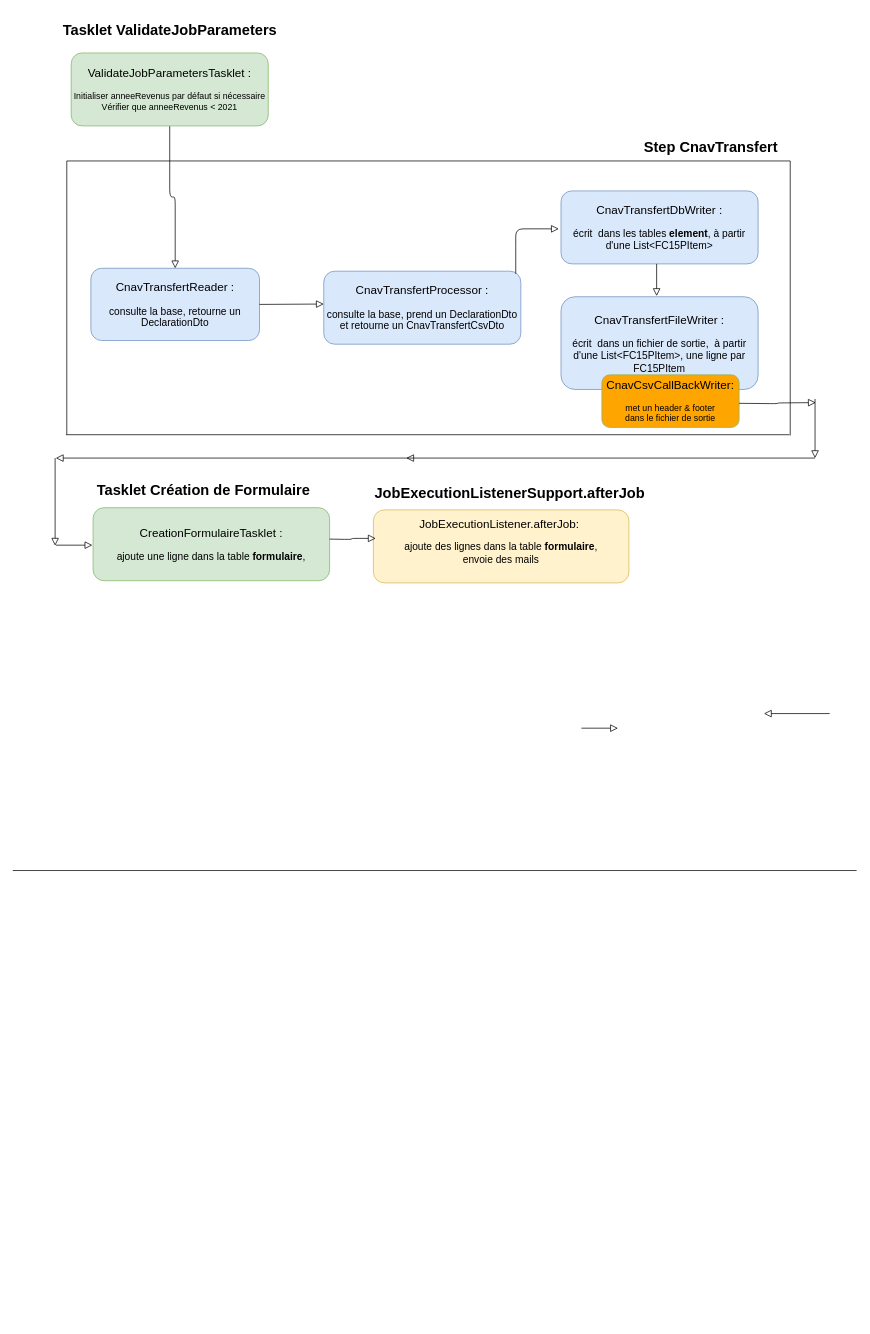
ewan-delanoy/uml_diagram keeps this draw.io diagram as flux_decipam_snv2_collecte.drawio. Above is the earlier version. Source tidied: cells renumbered, new cells numbered last; positions are measured from the earlier drawing's top-left corner, leaving out a move shared by most shapes. Both pictures are drawn from the tidied source at 73%, with x=0, y=0 at pixel (12, 12).
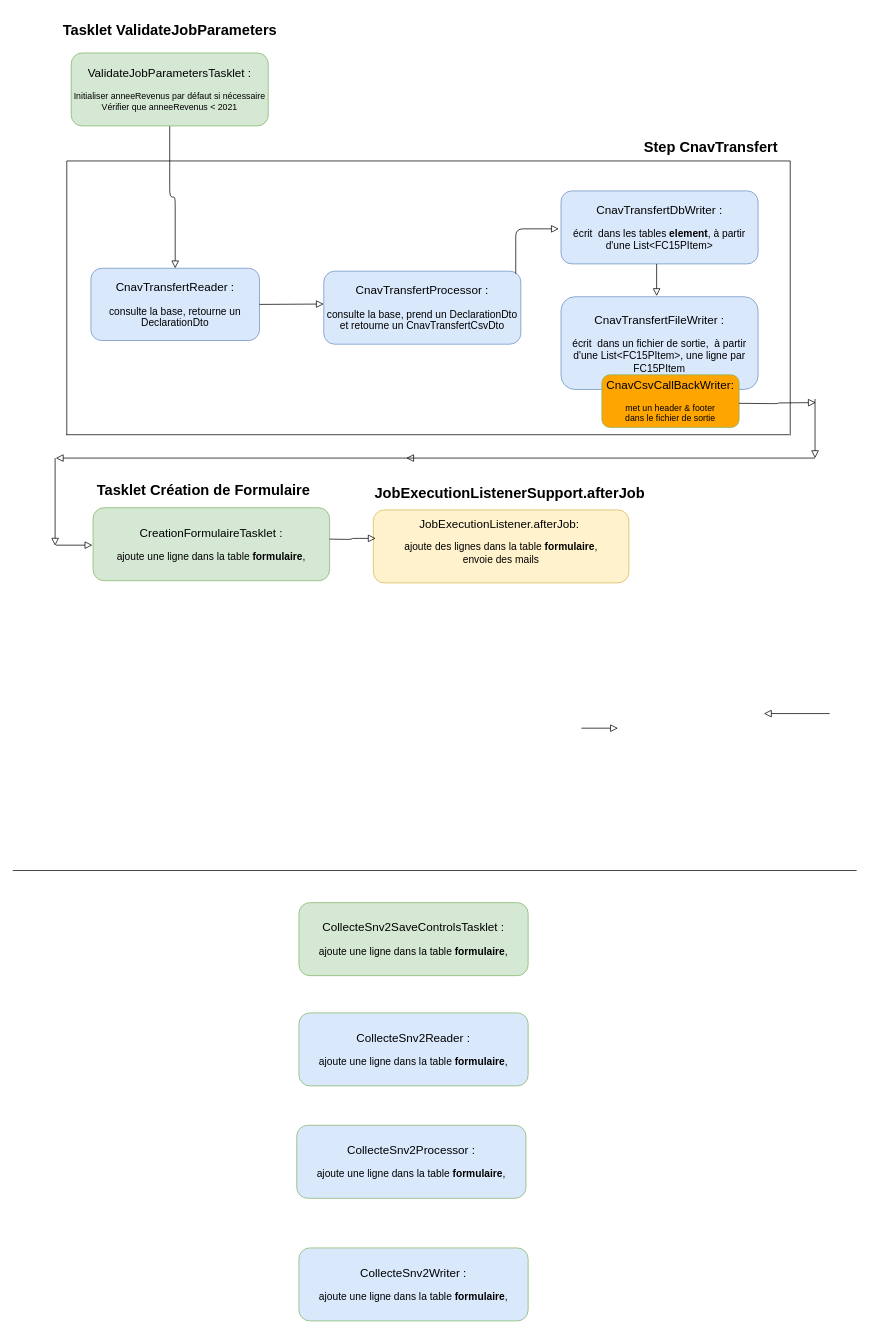
The same page after the edit.

Commit message:
Mettre à jour flux_decipam_snv2_collecte.drawio

The edit, as a diff of the source:
```diff
@@
+    <mxCell id="34" value="&lt;font style=&quot;font-size: 16px;&quot;&gt;CollecteSnv2SaveControlsTasklet :&lt;/font&gt; &lt;div&gt;&lt;br&gt;&lt;/div&gt;&lt;font style=&quot;font-size: 14px;&quot;&gt;ajoute une ligne dans la table &lt;b&gt;formulaire&lt;/b&gt;,&lt;/font&gt;" style="rounded=1;whiteSpace=wrap;html=1;fontSize=12;glass=0;strokeWidth=1;shadow=0;fillColor=#d5e8d4;strokeColor=#82b366;" parent="1" vertex="1">
+      <mxGeometry x="392" y="1219" width="314" height="100" as="geometry" />
+    </mxCell>
+    <mxCell id="35" value="&lt;div&gt;&lt;font style=&quot;font-size: 16px;&quot;&gt;CollecteSnv2Reader :&lt;/font&gt;&lt;/div&gt; &lt;div&gt;&lt;br&gt;&lt;/div&gt;&lt;font style=&quot;font-size: 14px;&quot;&gt;ajoute une ligne dans la table &lt;b&gt;formulaire&lt;/b&gt;,&lt;/font&gt;" style="rounded=1;whiteSpace=wrap;html=1;fontSize=12;glass=0;strokeWidth=1;shadow=0;fillColor=#dae8fc;strokeColor=#82b366;" parent="1" vertex="1">
+      <mxGeometry x="392" y="1370" width="314" height="100" as="geometry" />
+    </mxCell>
+    <mxCell id="36" value="&lt;div&gt;&lt;font style=&quot;font-size: 16px;&quot;&gt;CollecteSnv2Processor :&lt;/font&gt;&lt;/div&gt; &lt;div&gt;&lt;br&gt;&lt;/div&gt;&lt;font style=&quot;font-size: 14px;&quot;&gt;ajoute une ligne dans la table &lt;b&gt;formulaire&lt;/b&gt;,&lt;/font&gt;" style="rounded=1;whiteSpace=wrap;html=1;fontSize=12;glass=0;strokeWidth=1;shadow=0;fillColor=#dae8fc;strokeColor=#82b366;" parent="1" vertex="1">
+      <mxGeometry x="389" y="1524" width="314" height="100" as="geometry" />
+    </mxCell>
+    <mxCell id="37" value="&lt;div&gt;&lt;font style=&quot;font-size: 16px;&quot;&gt;CollecteSnv2Writer :&lt;/font&gt;&lt;/div&gt; &lt;div&gt;&lt;br&gt;&lt;/div&gt;&lt;font style=&quot;font-size: 14px;&quot;&gt;ajoute une ligne dans la table &lt;b&gt;formulaire&lt;/b&gt;,&lt;/font&gt;" style="rounded=1;whiteSpace=wrap;html=1;fontSize=12;glass=0;strokeWidth=1;shadow=0;fillColor=#dae8fc;strokeColor=#82b366;" parent="1" vertex="1">
+      <mxGeometry x="392" y="1692" width="314" height="100" as="geometry" />
+    </mxCell>
```
